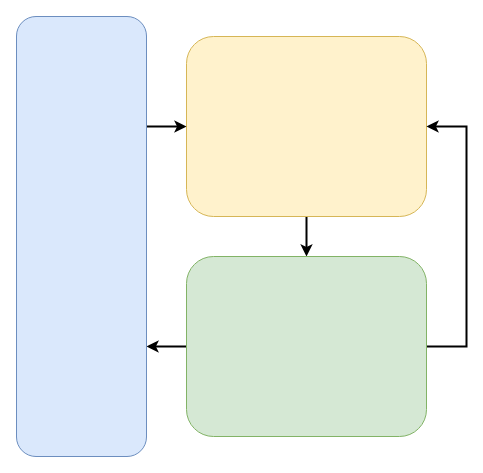
Earlier version of the draw.io diagram page "Page-13" (13 of 14) of drawio/design.drawio (Envol2023/refactoring). Source tidied: cells renumbered, new cells numbered last; positions are measured from the earlier drawing's top-left corner, leaving out a move shared by most shapes. Both pictures are drawn from the tidied source at 100%, with x=0, y=0 at pixel (16, 16).
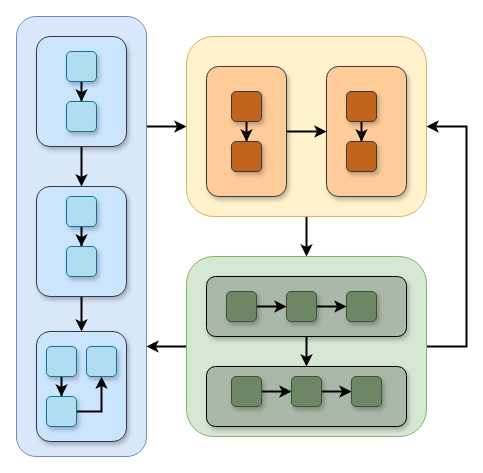
The same diagram, later.

Change to the diagram source:
```diff
@@
+    <mxCell id="13" style="edgeStyle=orthogonalEdgeStyle;rounded=0;jettySize=auto;html=1;strokeWidth=2;" parent="1" edge="1" source="14" target="16">
+      <mxGeometry relative="1" as="geometry" />
+    </mxCell>
+    <mxCell id="14" style="rounded=1;whiteSpace=wrap;html=1;fillColor=#cce5ff;strokeColor=#36393d;shadow=1;" parent="1" vertex="1">
+      <mxGeometry x="20" y="20" width="90" height="110" as="geometry" />
+    </mxCell>
+    <mxCell id="15" style="edgeStyle=orthogonalEdgeStyle;rounded=0;jettySize=auto;html=1;strokeWidth=2;" parent="1" edge="1" source="16" target="17">
+      <mxGeometry relative="1" as="geometry" />
+    </mxCell>
+    <mxCell id="16" style="rounded=1;whiteSpace=wrap;html=1;fillColor=#cce5ff;strokeColor=#36393d;shadow=1;" parent="1" vertex="1">
+      <mxGeometry x="20" y="170" width="90" height="110" as="geometry" />
+    </mxCell>
+    <mxCell id="17" style="rounded=1;whiteSpace=wrap;html=1;fillColor=#cce5ff;strokeColor=#36393d;shadow=1;" parent="1" vertex="1">
+      <mxGeometry x="20" y="315" width="90" height="110" as="geometry" />
+    </mxCell>
+    <mxCell id="18" style="edgeStyle=orthogonalEdgeStyle;rounded=0;jettySize=auto;html=1;strokeWidth=2;" parent="1" edge="1" source="19" target="20">
+      <mxGeometry relative="1" as="geometry" />
+    </mxCell>
+    <mxCell id="19" style="rounded=1;whiteSpace=wrap;html=1;shadow=1;fillColor=#ffcc99;strokeColor=#36393d;" parent="1" vertex="1">
+      <mxGeometry x="190" y="50" width="80" height="130" as="geometry" />
+    </mxCell>
+    <mxCell id="20" style="rounded=1;whiteSpace=wrap;html=1;shadow=1;fillColor=#ffcc99;strokeColor=#36393d;" parent="1" vertex="1">
+      <mxGeometry x="310" y="50" width="80" height="130" as="geometry" />
+    </mxCell>
+    <mxCell id="21" style="edgeStyle=orthogonalEdgeStyle;rounded=0;jettySize=auto;html=1;strokeWidth=2;" parent="1" edge="1" source="22" target="23">
+      <mxGeometry relative="1" as="geometry" />
+    </mxCell>
+    <mxCell id="22" style="rounded=1;whiteSpace=wrap;html=1;fillColor=#A9B8A8;strokeColor=#000000;shadow=1;" parent="1" vertex="1">
+      <mxGeometry x="190" y="260" width="200" height="60" as="geometry" />
+    </mxCell>
+    <mxCell id="23" style="whiteSpace=wrap;html=1;rounded=1;fillColor=#A9B8A8;strokeColor=#000000;shadow=1;" parent="1" vertex="1">
+      <mxGeometry x="190" y="350" width="200" height="60" as="geometry" />
+    </mxCell>
+    <mxCell id="24" style="edgeStyle=orthogonalEdgeStyle;rounded=0;jettySize=auto;html=1;strokeWidth=2;" parent="1" edge="1" source="25" target="26">
+      <mxGeometry relative="1" as="geometry" />
+    </mxCell>
+    <mxCell id="25" style="rounded=1;whiteSpace=wrap;html=1;fillColor=#C2641D;strokeColor=#36393d;shadow=1;" parent="1" vertex="1">
+      <mxGeometry x="215" y="75" width="30" height="30" as="geometry" />
+    </mxCell>
+    <mxCell id="26" style="rounded=1;whiteSpace=wrap;html=1;fillColor=#C2641D;strokeColor=#36393d;shadow=1;" parent="1" vertex="1">
+      <mxGeometry x="215" y="125" width="30" height="30" as="geometry" />
+    </mxCell>
+    <mxCell id="27" style="edgeStyle=orthogonalEdgeStyle;rounded=0;jettySize=auto;html=1;strokeWidth=2;" parent="1" edge="1" source="28" target="29">
+      <mxGeometry relative="1" as="geometry" />
+    </mxCell>
+    <mxCell id="28" style="rounded=1;whiteSpace=wrap;html=1;fillColor=#b1ddf0;strokeColor=#10739e;shadow=1;" parent="1" vertex="1">
+      <mxGeometry x="50" y="35" width="30" height="30" as="geometry" />
+    </mxCell>
+    <mxCell id="29" style="rounded=1;whiteSpace=wrap;html=1;fillColor=#b1ddf0;strokeColor=#10739e;shadow=1;" parent="1" vertex="1">
+      <mxGeometry x="50" y="85" width="30" height="30" as="geometry" />
+    </mxCell>
+    <mxCell id="30" style="edgeStyle=orthogonalEdgeStyle;rounded=0;jettySize=auto;html=1;strokeWidth=2;" parent="1" edge="1" source="31" target="32">
+      <mxGeometry relative="1" as="geometry" />
+    </mxCell>
+    <mxCell id="31" style="rounded=1;whiteSpace=wrap;html=1;fillColor=#b1ddf0;strokeColor=#10739e;shadow=1;" parent="1" vertex="1">
+      <mxGeometry x="50" y="180" width="30" height="30" as="geometry" />
+    </mxCell>
+    <mxCell id="32" style="rounded=1;whiteSpace=wrap;html=1;fillColor=#b1ddf0;strokeColor=#10739e;shadow=1;" parent="1" vertex="1">
+      <mxGeometry x="50" y="230" width="30" height="30" as="geometry" />
+    </mxCell>
+    <mxCell id="33" style="edgeStyle=orthogonalEdgeStyle;rounded=0;jettySize=auto;html=1;strokeWidth=2;" parent="1" edge="1" source="34" target="36">
+      <mxGeometry relative="1" as="geometry" />
+    </mxCell>
+    <mxCell id="34" style="rounded=1;whiteSpace=wrap;html=1;fillColor=#b1ddf0;strokeColor=#10739e;shadow=1;" parent="1" vertex="1">
+      <mxGeometry x="30" y="330" width="30" height="30" as="geometry" />
+    </mxCell>
+    <mxCell id="35" style="edgeStyle=orthogonalEdgeStyle;rounded=0;jettySize=auto;html=1;entryX=0.5;entryY=1;entryDx=0;entryDy=0;strokeWidth=2;" parent="1" edge="1" source="36" target="37">
+      <mxGeometry relative="1" as="geometry" />
+    </mxCell>
+    <mxCell id="36" style="rounded=1;whiteSpace=wrap;html=1;fillColor=#b1ddf0;strokeColor=#10739e;shadow=1;" parent="1" vertex="1">
+      <mxGeometry x="30" y="380" width="30" height="30" as="geometry" />
+    </mxCell>
+    <mxCell id="37" style="rounded=1;whiteSpace=wrap;html=1;fillColor=#b1ddf0;strokeColor=#10739e;shadow=1;" parent="1" vertex="1">
+      <mxGeometry x="70" y="330" width="30" height="30" as="geometry" />
+    </mxCell>
+    <mxCell id="38" style="edgeStyle=orthogonalEdgeStyle;rounded=0;jettySize=auto;html=1;strokeWidth=2;" parent="1" edge="1" source="39" target="40">
+      <mxGeometry relative="1" as="geometry" />
+    </mxCell>
+    <mxCell id="39" style="rounded=1;whiteSpace=wrap;html=1;fillColor=#C2641D;strokeColor=#36393d;shadow=1;" parent="1" vertex="1">
+      <mxGeometry x="330" y="75" width="30" height="30" as="geometry" />
+    </mxCell>
+    <mxCell id="40" style="rounded=1;whiteSpace=wrap;html=1;fillColor=#C2641D;strokeColor=#36393d;shadow=1;" parent="1" vertex="1">
+      <mxGeometry x="330" y="125" width="30" height="30" as="geometry" />
+    </mxCell>
+    <mxCell id="41" style="edgeStyle=orthogonalEdgeStyle;rounded=0;jettySize=auto;html=1;strokeWidth=2;" parent="1" edge="1" source="42" target="44">
+      <mxGeometry relative="1" as="geometry" />
+    </mxCell>
+    <mxCell id="42" style="rounded=1;whiteSpace=wrap;html=1;fillColor=#6d8764;strokeColor=#3A5431;fontColor=#ffffff;shadow=1;" parent="1" vertex="1">
+      <mxGeometry x="210" y="275" width="30" height="30" as="geometry" />
+    </mxCell>
+    <mxCell id="43" style="edgeStyle=orthogonalEdgeStyle;rounded=0;jettySize=auto;html=1;strokeWidth=2;" parent="1" edge="1" source="44" target="45">
+      <mxGeometry relative="1" as="geometry" />
+    </mxCell>
+    <mxCell id="44" style="rounded=1;whiteSpace=wrap;html=1;fillColor=#6d8764;strokeColor=#3A5431;fontColor=#ffffff;shadow=1;" parent="1" vertex="1">
+      <mxGeometry x="270" y="275" width="30" height="30" as="geometry" />
+    </mxCell>
+    <mxCell id="45" style="rounded=1;whiteSpace=wrap;html=1;fillColor=#6d8764;strokeColor=#3A5431;fontColor=#ffffff;shadow=1;" parent="1" vertex="1">
+      <mxGeometry x="330" y="275" width="30" height="30" as="geometry" />
+    </mxCell>
+    <mxCell id="46" style="edgeStyle=orthogonalEdgeStyle;rounded=0;jettySize=auto;html=1;strokeWidth=2;" parent="1" edge="1" source="47" target="49">
+      <mxGeometry relative="1" as="geometry" />
+    </mxCell>
+    <mxCell id="47" style="rounded=1;whiteSpace=wrap;html=1;fillColor=#6d8764;strokeColor=#3A5431;fontColor=#ffffff;shadow=1;" parent="1" vertex="1">
+      <mxGeometry x="215" y="360" width="30" height="30" as="geometry" />
+    </mxCell>
+    <mxCell id="48" style="edgeStyle=orthogonalEdgeStyle;rounded=0;jettySize=auto;html=1;strokeWidth=2;" parent="1" edge="1" source="49" target="50">
+      <mxGeometry relative="1" as="geometry" />
+    </mxCell>
+    <mxCell id="49" style="rounded=1;whiteSpace=wrap;html=1;fillColor=#6d8764;strokeColor=#3A5431;fontColor=#ffffff;shadow=1;" parent="1" vertex="1">
+      <mxGeometry x="275" y="360" width="30" height="30" as="geometry" />
+    </mxCell>
+    <mxCell id="50" style="rounded=1;whiteSpace=wrap;html=1;fillColor=#6d8764;strokeColor=#3A5431;fontColor=#ffffff;shadow=1;" parent="1" vertex="1">
+      <mxGeometry x="335" y="360" width="30" height="30" as="geometry" />
+    </mxCell>
```
